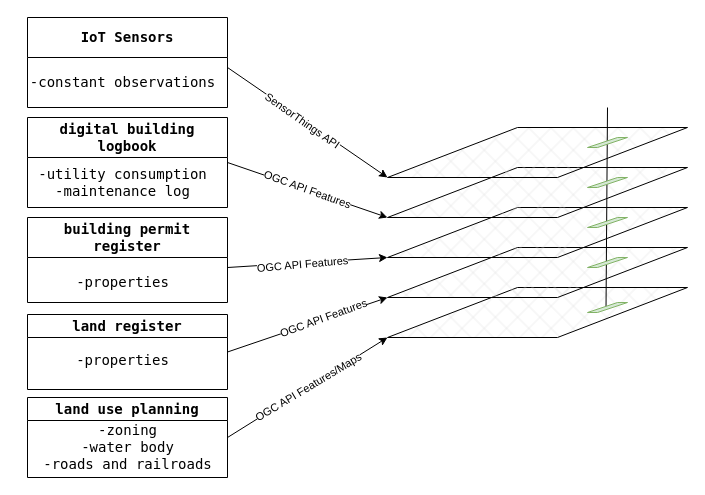
Earlier version of the draw.io diagram thesis/udt-layers.drawio (timoruohomaki/LUT-DAP). Source tidied: cells renumbered, new cells numbered last; positions are measured from the earlier drawing's top-left corner, leaving out a move shared by most shapes. Both pictures are drawn from the tidied source at 100%, with x=0, y=0 at pixel (17, 17).
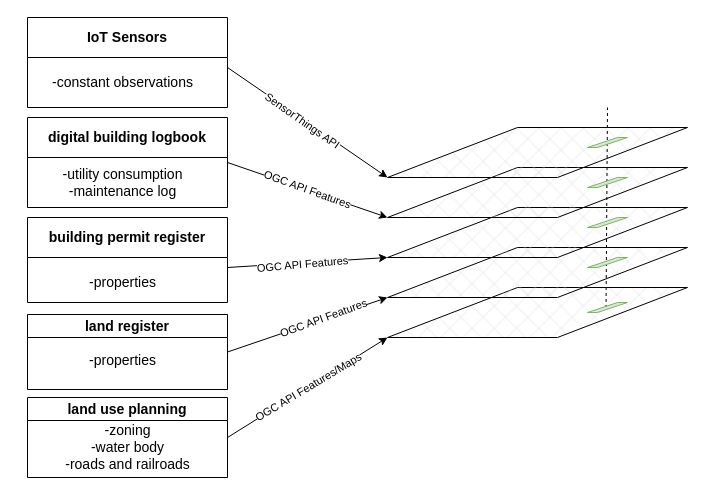
The same diagram, later.

Unchanged cells that the change refers to:
```xml
<mxCell id="32" style="shape=parallelogram;perimeter=parallelogramPerimeter;whiteSpace=wrap;html=1;fixedSize=1;hachureGap=4;fontFamily=Architects Daughter;fontSize=20;size=30;fillStyle=solid;fillColor=#d5e8d4;strokeColor=#82b366;" parent="1" vertex="1">
  <mxGeometry x="570" y="285" width="40" height="10" as="geometry" />
</mxCell>
```

The edit, as a diff of the source:
```diff
@@
-    <mxCell id="14" value="land use planning" style="swimlane;whiteSpace=wrap;html=1;hachureGap=4;fontFamily=Lucida Console;fontSize=14;fontStyle=1;" parent="1" vertex="1">
+    <mxCell id="14" value="land use planning" style="swimlane;whiteSpace=wrap;html=1;hachureGap=4;fontFamily=Helvetica;fontSize=14;fontStyle=1;" parent="1" vertex="1">
       <mxGeometry x="10" y="380" width="200" height="80" as="geometry" />
     </mxCell>
-    <mxCell id="15" value="-zoning&lt;br&gt;-water body&lt;br&gt;-roads and railroads" style="text;html=1;align=center;verticalAlign=middle;strokeColor=none;fillColor=none;fontSize=14;fontFamily=Lucida Console;" parent="14" vertex="1">
-      <mxGeometry x="5" y="20" width="190" height="60" as="geometry" />
+    <mxCell id="15" value="-zoning&lt;br&gt;-water body&lt;br&gt;-roads and railroads" style="text;html=1;align=center;verticalAlign=middle;strokeColor=none;fillColor=none;fontSize=14;fontFamily=Helvetica;" parent="14" vertex="1">
+      <mxGeometry x="25" y="20" width="150" height="60" as="geometry" />
     </mxCell>
-    <mxCell id="16" value="land register" style="swimlane;whiteSpace=wrap;html=1;hachureGap=4;fontFamily=Lucida Console;fontSize=14;" parent="1" vertex="1">
+    <mxCell id="16" value="land register" style="swimlane;whiteSpace=wrap;html=1;hachureGap=4;fontFamily=Helvetica;fontSize=14;" parent="1" vertex="1">
       <mxGeometry x="10" y="297" width="200" height="75" as="geometry" />
     </mxCell>
-    <mxCell id="17" value="-properties" style="text;html=1;align=center;verticalAlign=middle;strokeColor=none;fillColor=none;fontSize=14;fontFamily=Lucida Console;" parent="16" vertex="1">
-      <mxGeometry x="35" y="31" width="120" height="30" as="geometry" />
+    <mxCell id="17" value="-properties" style="text;html=1;align=center;verticalAlign=middle;strokeColor=none;fillColor=none;fontSize=14;fontFamily=Helvetica;" parent="16" vertex="1">
+      <mxGeometry x="50" y="31" width="90" height="30" as="geometry" />
     </mxCell>
-    <mxCell id="18" value="building permit register" style="swimlane;whiteSpace=wrap;html=1;hachureGap=4;fontFamily=Lucida Console;fontSize=14;startSize=40;" parent="1" vertex="1">
+    <mxCell id="18" value="building permit register" style="swimlane;whiteSpace=wrap;html=1;hachureGap=4;fontFamily=Helvetica;fontSize=14;startSize=40;" parent="1" vertex="1">
       <mxGeometry x="10" y="200" width="200" height="85" as="geometry" />
     </mxCell>
-    <mxCell id="19" value="-properties" style="text;html=1;align=center;verticalAlign=middle;strokeColor=none;fillColor=none;fontSize=14;fontFamily=Lucida Console;" parent="18" vertex="1">
-      <mxGeometry x="35" y="50" width="120" height="30" as="geometry" />
+    <mxCell id="19" value="-properties" style="text;html=1;align=center;verticalAlign=middle;strokeColor=none;fillColor=none;fontSize=14;fontFamily=Helvetica;" parent="18" vertex="1">
+      <mxGeometry x="50" y="50" width="90" height="30" as="geometry" />
     </mxCell>
-    <mxCell id="20" value="digital building logbook" style="swimlane;whiteSpace=wrap;html=1;hachureGap=4;fontFamily=Lucida Console;fontSize=14;startSize=40;" parent="1" vertex="1">
+    <mxCell id="20" value="digital building logbook" style="swimlane;whiteSpace=wrap;html=1;hachureGap=4;fontFamily=Helvetica;fontSize=14;startSize=40;" parent="1" vertex="1">
       <mxGeometry x="10" y="100" width="200" height="90" as="geometry" />
     </mxCell>
-    <mxCell id="21" value="-utility consumption&lt;br&gt;-maintenance log" style="text;html=1;align=center;verticalAlign=middle;strokeColor=none;fillColor=none;fontSize=14;fontFamily=Lucida Console;" parent="20" vertex="1">
-      <mxGeometry y="40" width="190" height="50" as="geometry" />
+    <mxCell id="21" value="-utility consumption&lt;br&gt;-maintenance log" style="text;html=1;align=center;verticalAlign=middle;strokeColor=none;fillColor=none;fontSize=14;fontFamily=Helvetica;" parent="20" vertex="1">
+      <mxGeometry x="25" y="40" width="140" height="50" as="geometry" />
     </mxCell>
-    <mxCell id="22" value="IoT Sensors" style="swimlane;whiteSpace=wrap;html=1;hachureGap=4;fontFamily=Lucida Console;fontSize=14;startSize=40;" parent="1" vertex="1">
+    <mxCell id="22" value="IoT Sensors" style="swimlane;whiteSpace=wrap;html=1;hachureGap=4;fontFamily=Helvetica;fontSize=14;startSize=40;" parent="1" vertex="1">
       <mxGeometry x="10" width="200" height="90" as="geometry" />
     </mxCell>
-    <mxCell id="23" value="-constant observations" style="text;html=1;align=center;verticalAlign=middle;strokeColor=none;fillColor=none;fontSize=14;fontFamily=Lucida Console;" parent="22" vertex="1">
-      <mxGeometry x="-10" y="50" width="210" height="30" as="geometry" />
+    <mxCell id="23" value="-constant observations" style="text;html=1;align=center;verticalAlign=middle;strokeColor=none;fillColor=none;fontSize=14;fontFamily=Helvetica;" parent="22" vertex="1">
+      <mxGeometry x="15" y="50" width="160" height="30" as="geometry" />
     </mxCell>
@@
-    <mxCell id="27" style="endArrow=none;html=1;rounded=0;exitX=0.463;exitY=0.55;exitDx=0;exitDy=0;exitPerimeter=0;" parent="1" edge="1" source="32">
+    <mxCell id="27" style="endArrow=none;html=1;rounded=0;exitX=0.463;exitY=0.55;exitDx=0;exitDy=0;exitPerimeter=0;dashed=1;" parent="1" edge="1" source="32">
       <mxGeometry relative="1" as="geometry">
         <mxPoint x="590" y="90" as="targetPoint" />
       </mxGeometry>
     </mxCell>
```
